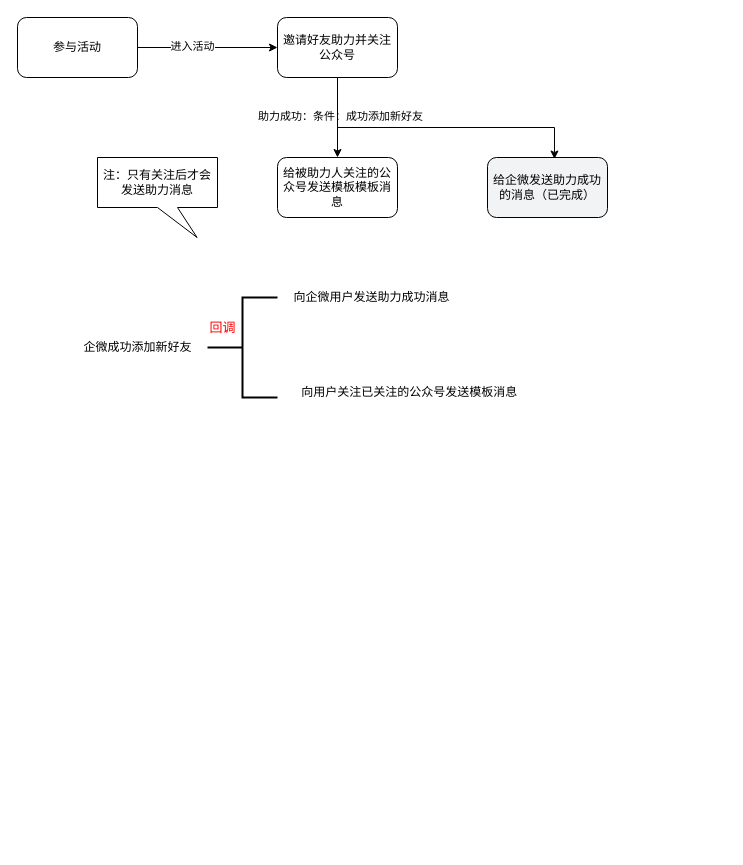
Earlier version of the draw.io diagram 婚奢汇业务流程图/2月-公众号裂变.drawio (YYB1024/myRemoteRepo). Source tidied: cells renumbered, new cells numbered last; positions are measured from the earlier drawing's top-left corner, leaving out a move shared by most shapes. Both pictures are drawn from the tidied source at 100%, with x=0, y=0 at pixel (17, 17).
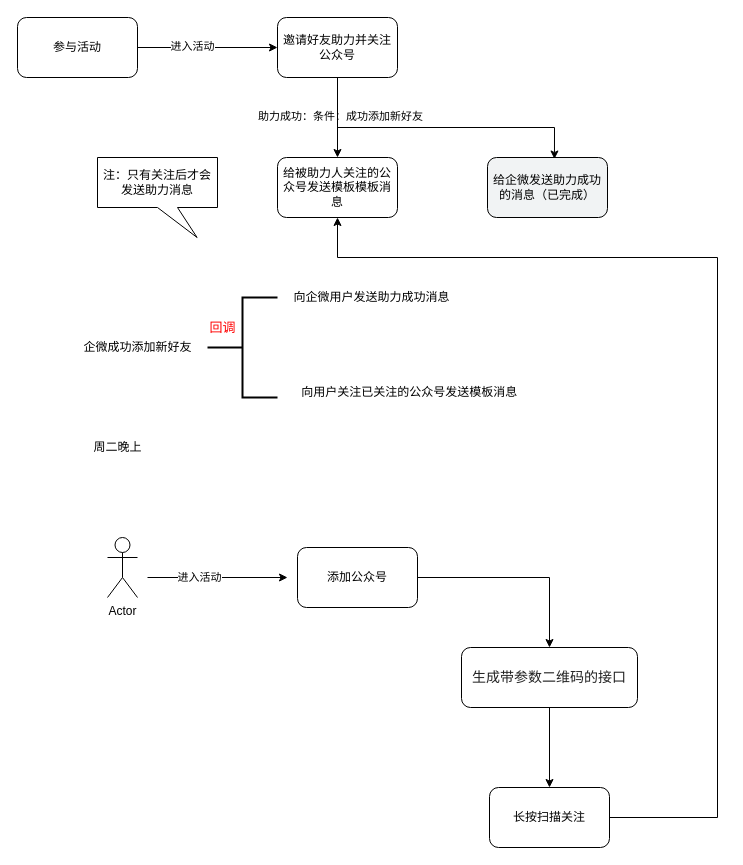
Above is the later version.

Commit message:
更新2月-公众号裂变.drawio

The change refers to these unchanged cells:
```xml
<mxCell id="9" value="给被助力人关注的公众号发送模板模板消息" style="whiteSpace=wrap;html=1;rounded=1;" parent="1" vertex="1">
  <mxGeometry x="260" y="140" width="120" height="60" as="geometry" />
</mxCell>
```

Diff of the diagram source:
```diff
@@
+    <mxCell id="17" style="edgeStyle=orthogonalEdgeStyle;rounded=0;jettySize=auto;html=1;" parent="1" edge="1" source="18" target="22">
+      <mxGeometry relative="1" as="geometry" />
+    </mxCell>
+    <mxCell id="18" value="添加公众号" style="rounded=1;whiteSpace=wrap;html=1;" parent="1" vertex="1">
+      <mxGeometry x="280" y="530" width="120" height="60" as="geometry" />
+    </mxCell>
+    <mxCell id="19" style="edgeStyle=orthogonalEdgeStyle;rounded=0;orthogonalLoop=1;jettySize=auto;html=1;" parent="1" edge="1">
+      <mxGeometry relative="1" as="geometry">
+        <mxPoint x="130" y="560" as="sourcePoint" />
+        <mxPoint x="270" y="560" as="targetPoint" />
+      </mxGeometry>
+    </mxCell>
+    <mxCell id="20" value="进入活动" style="edgeLabel;html=1;align=center;verticalAlign=middle;" parent="19" vertex="1">
+      <mxGeometry x="-0.27" y="1" relative="1" as="geometry" />
+    </mxCell>
+    <mxCell id="21" style="edgeStyle=orthogonalEdgeStyle;rounded=0;jettySize=auto;html=1;" parent="1" edge="1" source="22" target="26">
+      <mxGeometry relative="1" as="geometry" />
+    </mxCell>
+    <mxCell id="22" value="&lt;span style=&quot;color: rgb(34, 34, 34); font-family: -apple-system, &amp;quot;system-ui&amp;quot;, &amp;quot;SF UI Text&amp;quot;, &amp;quot;Helvetica Neue&amp;quot;, &amp;quot;PingFang SC&amp;quot;, &amp;quot;Hiragino Sans GB&amp;quot;, &amp;quot;Microsoft YaHei UI&amp;quot;, &amp;quot;Microsoft YaHei&amp;quot;, Arial, sans-serif; font-size: 14px; font-style: normal; font-variant-ligatures: normal; font-variant-caps: normal; font-weight: 400; letter-spacing: normal; orphans: 2; text-align: start; text-indent: 0px; text-transform: none; widows: 2; word-spacing: 0px; -webkit-text-stroke-width: 0px; text-decoration-thickness: initial; text-decoration-style: initial; text-decoration-color: initial; float: none; display: inline !important;&quot;&gt;生成带参数二维码的接口&lt;/span&gt;" style="whiteSpace=wrap;html=1;rounded=1;" parent="1" vertex="1">
+      <mxGeometry x="444" y="630" width="176" height="60" as="geometry" />
+    </mxCell>
+    <mxCell id="23" value="周二晚上" style="text;html=1;align=center;verticalAlign=middle;strokeColor=none;fillColor=none;" parent="1" vertex="1">
+      <mxGeometry x="65" y="415" width="70" height="30" as="geometry" />
+    </mxCell>
+    <mxCell id="24" value="Actor" style="shape=umlActor;verticalLabelPosition=bottom;verticalAlign=top;html=1;" parent="1" vertex="1">
+      <mxGeometry x="90" y="520" width="30" height="60" as="geometry" />
+    </mxCell>
+    <mxCell id="25" style="edgeStyle=orthogonalEdgeStyle;rounded=0;jettySize=auto;html=1;" parent="1" edge="1" source="26" target="9">
+      <mxGeometry relative="1" as="geometry">
+        <Array as="points">
+          <mxPoint x="700" y="800" />
+          <mxPoint x="700" y="240" />
+          <mxPoint x="320" y="240" />
+        </Array>
+      </mxGeometry>
+    </mxCell>
+    <mxCell id="26" value="长按扫描关注" style="whiteSpace=wrap;html=1;rounded=1;" parent="1" vertex="1">
+      <mxGeometry x="472" y="770" width="120" height="60" as="geometry" />
+    </mxCell>
```
